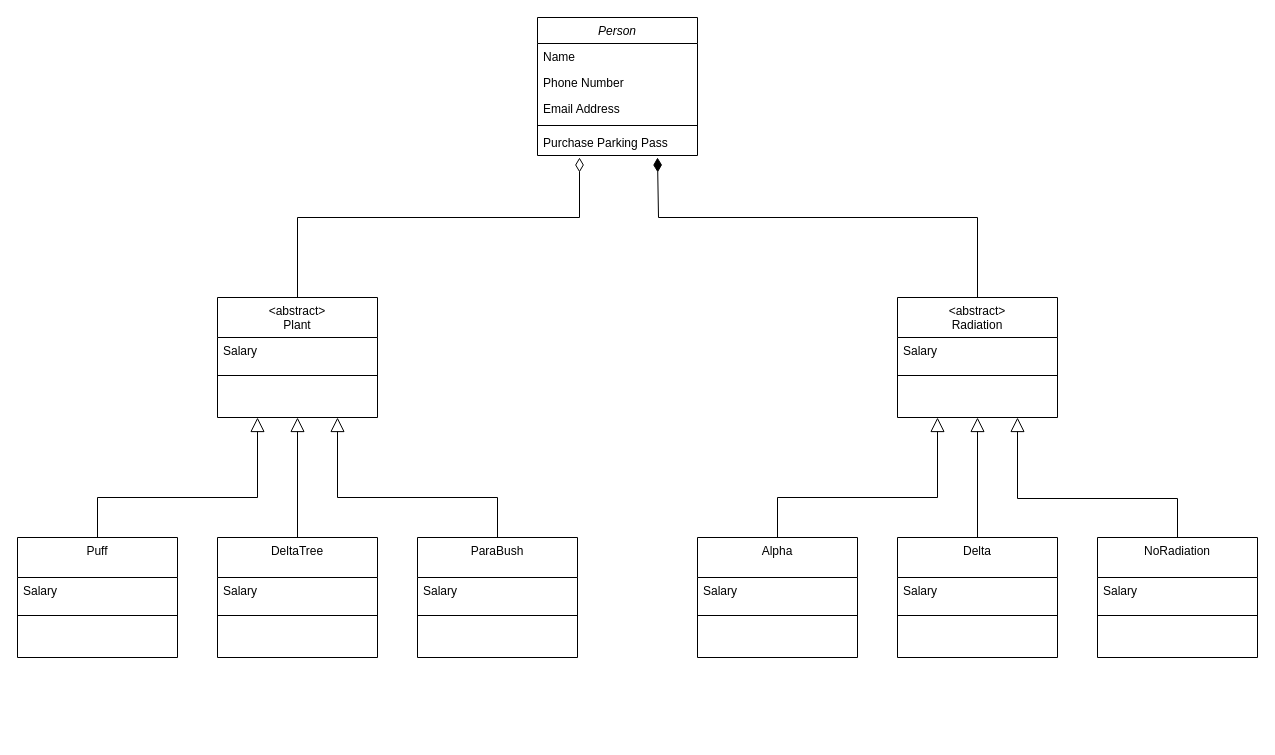
summertx/uml keeps this draw.io diagram as Untitled Diagram.drawio. Above is the earlier version. Source tidied: cells renumbered, new cells numbered last; positions are measured from the earlier drawing's top-left corner, leaving out a move shared by most shapes. Both pictures are drawn from the tidied source at 100%, with x=0, y=0 at pixel (17, 17).
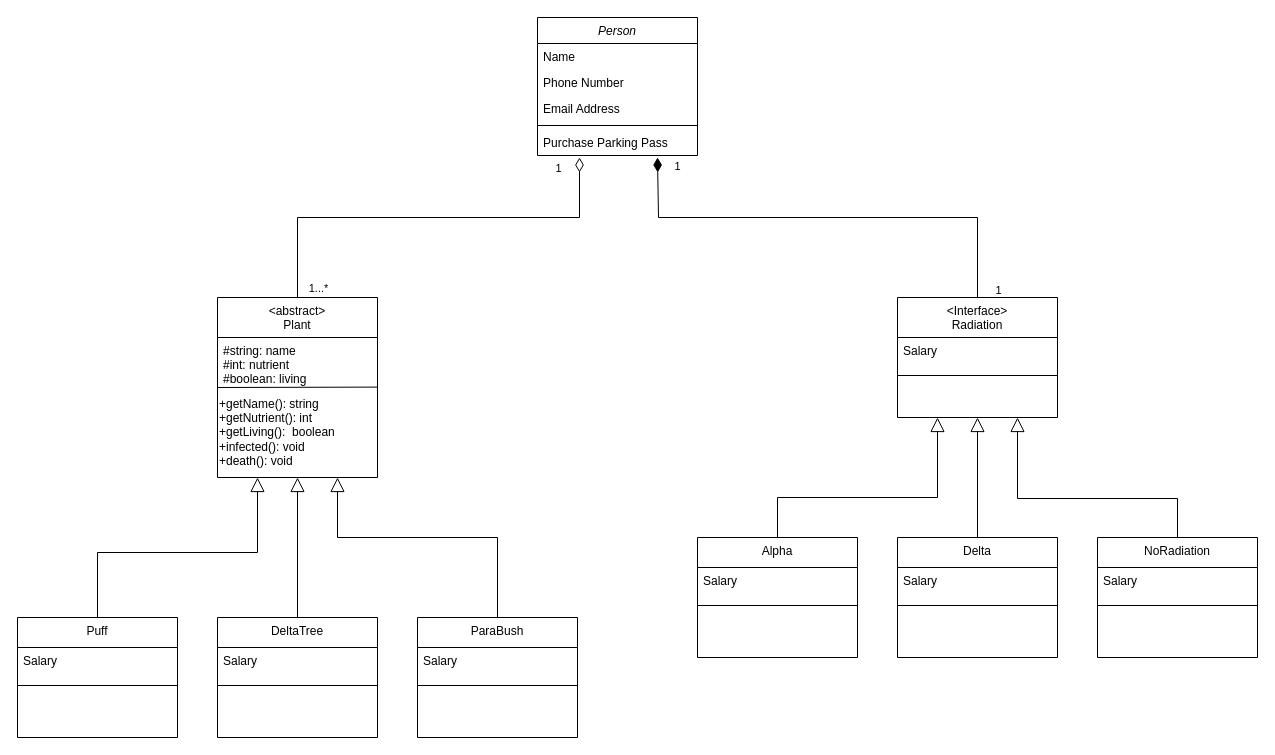
The same diagram, later.

What changed in the source:
```diff
@@
-    <mxCell id="8" style="edgeStyle=orthogonalEdgeStyle;rounded=0;orthogonalLoop=1;jettySize=auto;html=1;endArrow=diamondThin;endFill=0;endSize=12;" parent="1" edge="1">
+    <mxCell id="8" style="edgeStyle=orthogonalEdgeStyle;rounded=0;orthogonalLoop=1;jettySize=auto;html=1;endArrow=diamondThin;endFill=0;endSize=12;labelPosition=left;verticalLabelPosition=top;align=right;verticalAlign=bottom;" parent="1" edge="1">
       <mxGeometry relative="1" as="geometry">
         <mxPoint x="280" y="280" as="sourcePoint" />
         <mxPoint x="562" y="140" as="targetPoint" />
         <Array as="points">
           <mxPoint x="280" y="200" />
           <mxPoint x="562" y="200" />
         </Array>
       </mxGeometry>
     </mxCell>
+    <mxCell id="40" value="1...*" style="edgeLabel;html=1;align=center;verticalAlign=middle;" parent="8" vertex="1">
+      <mxGeometry x="-0.34" y="6" relative="1" as="geometry">
+        <mxPoint x="-39" y="76" as="offset" />
+      </mxGeometry>
+    </mxCell>
+    <mxCell id="41" value="1" style="edgeLabel;html=1;align=center;verticalAlign=middle;" parent="8" vertex="1">
+      <mxGeometry x="0.98" y="3" relative="1" as="geometry">
+        <mxPoint x="-19" y="6" as="offset" />
+      </mxGeometry>
+    </mxCell>
-    <mxCell id="9" style="edgeStyle=orthogonalEdgeStyle;rounded=0;jettySize=auto;html=1;exitX=0.5;exitY=0;exitDx=0;exitDy=0;endSize=12;endArrow=diamondThin;endFill=1;" parent="1" edge="1" source="10">
+    <mxCell id="9" style="edgeStyle=orthogonalEdgeStyle;rounded=0;jettySize=auto;html=1;exitX=0.5;exitY=0;exitDx=0;exitDy=0;endSize=12;endArrow=diamondThin;endFill=1;labelPosition=left;verticalLabelPosition=middle;align=right;verticalAlign=middle;" parent="1" edge="1" source="10">
       <mxGeometry relative="1" as="geometry">
         <mxPoint x="640" y="140" as="targetPoint" />
         <Array as="points">
           <mxPoint x="960" y="200" />
           <mxPoint x="641" y="200" />
           <mxPoint x="641" y="140" />
         </Array>
       </mxGeometry>
     </mxCell>
+    <mxCell id="42" value="1" style="edgeLabel;html=1;align=center;verticalAlign=middle;" parent="9" vertex="1">
+      <mxGeometry x="0.96" y="-2" relative="1" as="geometry">
+        <mxPoint x="17" as="offset" />
+      </mxGeometry>
+    </mxCell>
+    <mxCell id="43" value="1" style="edgeLabel;html=1;align=center;verticalAlign=middle;" parent="9" vertex="1">
+      <mxGeometry x="-0.93" y="1" relative="1" as="geometry">
+        <mxPoint x="21" y="8" as="offset" />
+      </mxGeometry>
+    </mxCell>
-    <mxCell id="10" value="&lt;abstract&gt;&#10;Radiation&#10;" style="swimlane;fontStyle=0;align=center;verticalAlign=top;horizontal=1;startSize=40;rounded=0;shadow=0;strokeWidth=1;" parent="1" vertex="1">
+    <mxCell id="10" value="&lt;Interface&gt;&#10;Radiation&#10;" style="swimlane;fontStyle=0;align=center;verticalAlign=top;horizontal=1;startSize=40;rounded=0;shadow=0;strokeWidth=1;" parent="1" vertex="1">
       <mxGeometry x="880" y="280" width="160" height="120" as="geometry" />
     </mxCell>
@@
     <mxCell id="13" value="&lt;abstract&gt;&#10;Plant" style="swimlane;fontStyle=0;align=center;verticalAlign=top;horizontal=1;startSize=40;rounded=0;shadow=0;strokeWidth=1;" parent="1" vertex="1">
-      <mxGeometry x="200" y="280" width="160" height="120" as="geometry" />
+      <mxGeometry x="200" y="280" width="160" height="180" as="geometry" />
     </mxCell>
+    <mxCell id="44" style="endArrow=none;html=1;rounded=0;entryX=1;entryY=0.992;entryDx=0;entryDy=0;entryPerimeter=0;" parent="13" edge="1" target="14">
+      <mxGeometry relative="1" as="geometry">
+        <mxPoint y="90" as="sourcePoint" />
+      </mxGeometry>
+    </mxCell>
-    <mxCell id="14" value="Salary" style="text;align=left;verticalAlign=top;spacingLeft=4;spacingRight=4;overflow=hidden;points=[[0,0.5],[1,0.5]];portConstraint=eastwest;" parent="13" vertex="1">
-      <mxGeometry y="40" width="160" height="26" as="geometry" />
+    <mxCell id="14" value="#string: name&#10;#int: nutrient&#10;#boolean: living" style="text;align=left;verticalAlign=top;spacingLeft=4;spacingRight=4;overflow=hidden;points=[[0,0.5],[1,0.5]];portConstraint=eastwest;" parent="13" vertex="1">
+      <mxGeometry y="40" width="160" height="50" as="geometry" />
     </mxCell>
-    <mxCell id="15" style="line;html=1;strokeWidth=1;align=left;verticalAlign=middle;spacingTop=-1;spacingLeft=3;spacingRight=3;labelPosition=right;" parent="13" vertex="1">
-      <mxGeometry y="66" width="160" height="24" as="geometry" />
-    </mxCell>
+    <mxCell id="45" value="+getName(): string&lt;div&gt;+getNutrient(): int&lt;/div&gt;&lt;div&gt;+getLiving():&amp;nbsp; boolean&lt;/div&gt;&lt;div&gt;+infected(): void&lt;/div&gt;&lt;div&gt;+death(): void&lt;/div&gt;" style="text;html=1;align=left;verticalAlign=middle;strokeColor=none;fillColor=none;" parent="13" vertex="1">
+      <mxGeometry y="90" width="160" height="90" as="geometry" />
+    </mxCell>
@@
-    <mxCell id="17" value="DeltaTree" style="swimlane;fontStyle=0;align=center;verticalAlign=top;horizontal=1;startSize=40;rounded=0;shadow=0;strokeWidth=1;" parent="1" vertex="1">
-      <mxGeometry x="200" y="520" width="160" height="120" as="geometry" />
+    <mxCell id="17" value="DeltaTree" style="swimlane;fontStyle=0;align=center;verticalAlign=top;horizontal=1;startSize=30;rounded=0;shadow=0;strokeWidth=1;" parent="1" vertex="1">
+      <mxGeometry x="200" y="600" width="160" height="120" as="geometry" />
     </mxCell>
     <mxCell id="18" value="Salary" style="text;align=left;verticalAlign=top;spacingLeft=4;spacingRight=4;overflow=hidden;" parent="17" vertex="1">
-      <mxGeometry y="40" width="160" height="26" as="geometry" />
+      <mxGeometry y="30" width="160" height="26" as="geometry" />
     </mxCell>
     <mxCell id="19" style="line;html=1;strokeWidth=1;align=left;verticalAlign=middle;spacingTop=-1;spacingLeft=3;spacingRight=3;labelPosition=right;" parent="17" vertex="1">
-      <mxGeometry y="66" width="160" height="24" as="geometry" />
+      <mxGeometry y="56" width="160" height="24" as="geometry" />
     </mxCell>
     <mxCell id="20" style="edgeStyle=orthogonalEdgeStyle;rounded=0;jettySize=auto;html=1;exitX=0.5;exitY=0;exitDx=0;exitDy=0;entryX=0.75;entryY=1;entryDx=0;entryDy=0;endSize=12;endArrow=block;endFill=0;" parent="1" edge="1" source="21" target="13">
       <mxGeometry relative="1" as="geometry">
         <Array as="points">
-          <mxPoint x="480" y="480" />
-          <mxPoint x="320" y="480" />
+          <mxPoint x="480" y="520" />
+          <mxPoint x="320" y="520" />
         </Array>
       </mxGeometry>
     </mxCell>
-    <mxCell id="21" value="ParaBush" style="swimlane;fontStyle=0;align=center;verticalAlign=top;horizontal=1;startSize=40;rounded=0;shadow=0;strokeWidth=1;" parent="1" vertex="1">
-      <mxGeometry x="400" y="520" width="160" height="120" as="geometry" />
+    <mxCell id="21" value="ParaBush" style="swimlane;fontStyle=0;align=center;verticalAlign=top;horizontal=1;startSize=30;rounded=0;shadow=0;strokeWidth=1;" parent="1" vertex="1">
+      <mxGeometry x="400" y="600" width="160" height="120" as="geometry" />
     </mxCell>
     <mxCell id="22" value="Salary" style="text;align=left;verticalAlign=top;spacingLeft=4;spacingRight=4;overflow=hidden;" parent="21" vertex="1">
-      <mxGeometry y="40" width="160" height="26" as="geometry" />
+      <mxGeometry y="30" width="160" height="26" as="geometry" />
     </mxCell>
     <mxCell id="23" style="line;html=1;strokeWidth=1;align=left;verticalAlign=middle;spacingTop=-1;spacingLeft=3;spacingRight=3;labelPosition=right;" parent="21" vertex="1">
-      <mxGeometry y="66" width="160" height="24" as="geometry" />
+      <mxGeometry y="56" width="160" height="24" as="geometry" />
     </mxCell>
-    <mxCell id="24" style="edgeStyle=orthogonalEdgeStyle;rounded=0;orthogonalLoop=1;jettySize=auto;html=1;endSize=12;endArrow=block;endFill=0;exitX=0.5;exitY=0;exitDx=0;exitDy=0;" parent="1" edge="1">
-      <mxGeometry relative="1" as="geometry">
-        <mxPoint x="80" y="520" as="sourcePoint" />
-        <mxPoint x="240" y="400" as="targetPoint" />
-        <Array as="points">
-          <mxPoint x="80" y="480" />
-          <mxPoint x="240" y="480" />
-        </Array>
-      </mxGeometry>
-    </mxCell>
+    <mxCell id="46" style="edgeStyle=orthogonalEdgeStyle;rounded=0;jettySize=auto;html=1;exitX=0.5;exitY=0;exitDx=0;exitDy=0;entryX=0.25;entryY=1;entryDx=0;entryDy=0;endSize=12;endArrow=block;endFill=0;" parent="1" edge="1" source="25" target="13">
+      <mxGeometry relative="1" as="geometry" />
+    </mxCell>
-    <mxCell id="25" value="Puff" style="swimlane;fontStyle=0;align=center;verticalAlign=top;horizontal=1;startSize=40;rounded=0;shadow=0;strokeWidth=1;" parent="1" vertex="1">
-      <mxGeometry y="520" width="160" height="120" as="geometry" />
+    <mxCell id="25" value="Puff" style="swimlane;fontStyle=0;align=center;verticalAlign=top;horizontal=1;startSize=30;rounded=0;shadow=0;strokeWidth=1;" parent="1" vertex="1">
+      <mxGeometry y="600" width="160" height="120" as="geometry" />
     </mxCell>
     <mxCell id="26" value="Salary" style="text;align=left;verticalAlign=top;spacingLeft=4;spacingRight=4;overflow=hidden;" parent="25" vertex="1">
-      <mxGeometry y="40" width="160" height="26" as="geometry" />
+      <mxGeometry y="30" width="160" height="26" as="geometry" />
     </mxCell>
     <mxCell id="27" style="line;html=1;strokeWidth=1;align=left;verticalAlign=middle;spacingTop=-1;spacingLeft=3;spacingRight=3;labelPosition=right;" parent="25" vertex="1">
-      <mxGeometry y="66" width="160" height="24" as="geometry" />
+      <mxGeometry y="56" width="160" height="24" as="geometry" />
     </mxCell>
@@
-    <mxCell id="29" value="Delta" style="swimlane;fontStyle=0;align=center;verticalAlign=top;horizontal=1;startSize=40;rounded=0;shadow=0;strokeWidth=1;" parent="1" vertex="1">
+    <mxCell id="29" value="Delta" style="swimlane;fontStyle=0;align=center;verticalAlign=top;horizontal=1;startSize=30;rounded=0;shadow=0;strokeWidth=1;" parent="1" vertex="1">
       <mxGeometry x="880" y="520" width="160" height="120" as="geometry" />
     </mxCell>
     <mxCell id="30" value="Salary" style="text;align=left;verticalAlign=top;spacingLeft=4;spacingRight=4;overflow=hidden;" parent="29" vertex="1">
-      <mxGeometry y="40" width="160" height="26" as="geometry" />
+      <mxGeometry y="30" width="160" height="26" as="geometry" />
     </mxCell>
     <mxCell id="31" style="line;html=1;strokeWidth=1;align=left;verticalAlign=middle;spacingTop=-1;spacingLeft=3;spacingRight=3;labelPosition=right;" parent="29" vertex="1">
-      <mxGeometry y="66" width="160" height="24" as="geometry" />
+      <mxGeometry y="56" width="160" height="24" as="geometry" />
     </mxCell>
@@
-    <mxCell id="33" value="Alpha" style="swimlane;fontStyle=0;align=center;verticalAlign=top;horizontal=1;startSize=40;rounded=0;shadow=0;strokeWidth=1;" parent="1" vertex="1">
+    <mxCell id="33" value="Alpha" style="swimlane;fontStyle=0;align=center;verticalAlign=top;horizontal=1;startSize=30;rounded=0;shadow=0;strokeWidth=1;" parent="1" vertex="1">
       <mxGeometry x="680" y="520" width="160" height="120" as="geometry" />
     </mxCell>
     <mxCell id="34" value="Salary" style="text;align=left;verticalAlign=top;spacingLeft=4;spacingRight=4;overflow=hidden;" parent="33" vertex="1">
-      <mxGeometry y="40" width="160" height="26" as="geometry" />
+      <mxGeometry y="30" width="160" height="26" as="geometry" />
     </mxCell>
     <mxCell id="35" style="line;html=1;strokeWidth=1;align=left;verticalAlign=middle;spacingTop=-1;spacingLeft=3;spacingRight=3;labelPosition=right;" parent="33" vertex="1">
-      <mxGeometry y="66" width="160" height="24" as="geometry" />
+      <mxGeometry y="56" width="160" height="24" as="geometry" />
     </mxCell>
@@
-    <mxCell id="37" value="NoRadiation" style="swimlane;fontStyle=0;align=center;verticalAlign=top;horizontal=1;startSize=40;rounded=0;shadow=0;strokeWidth=1;" parent="1" vertex="1">
+    <mxCell id="37" value="NoRadiation" style="swimlane;fontStyle=0;align=center;verticalAlign=top;horizontal=1;startSize=30;rounded=0;shadow=0;strokeWidth=1;" parent="1" vertex="1">
       <mxGeometry x="1080" y="520" width="160" height="120" as="geometry" />
     </mxCell>
     <mxCell id="38" value="Salary" style="text;align=left;verticalAlign=top;spacingLeft=4;spacingRight=4;overflow=hidden;" parent="37" vertex="1">
-      <mxGeometry y="40" width="160" height="26" as="geometry" />
+      <mxGeometry y="30" width="160" height="26" as="geometry" />
     </mxCell>
     <mxCell id="39" style="line;html=1;strokeWidth=1;align=left;verticalAlign=middle;spacingTop=-1;spacingLeft=3;spacingRight=3;labelPosition=right;" parent="37" vertex="1">
-      <mxGeometry y="66" width="160" height="24" as="geometry" />
+      <mxGeometry y="56" width="160" height="24" as="geometry" />
     </mxCell>
```
